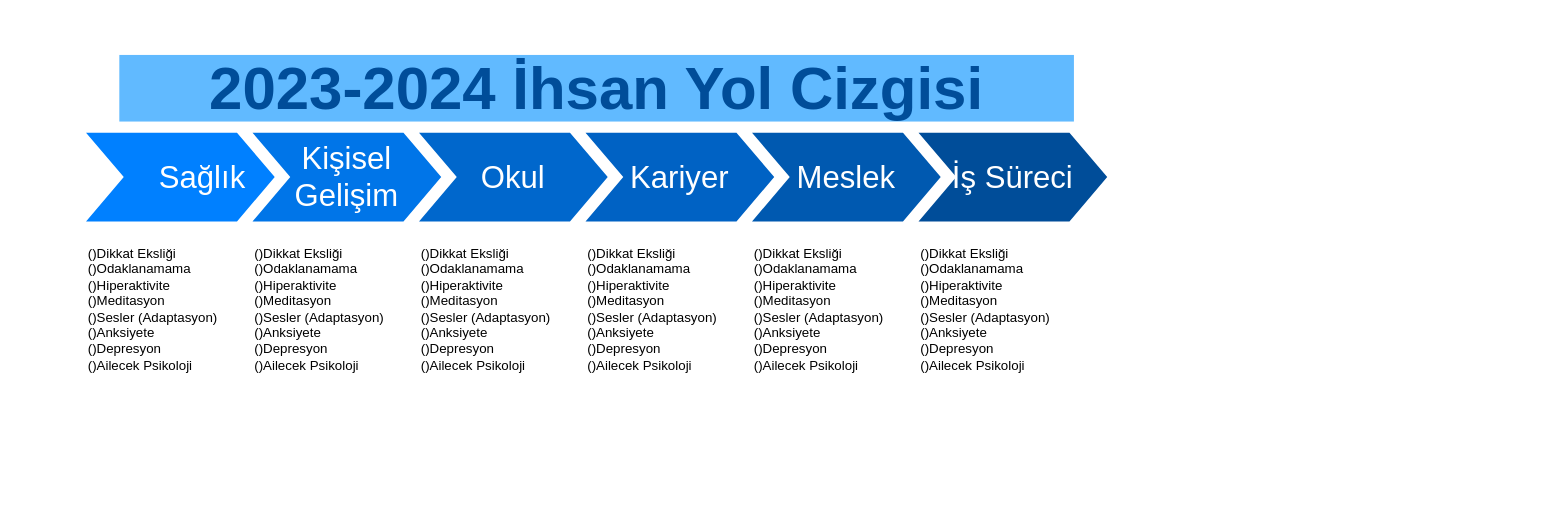
This is Untitled Diagram.drawio from aliihsanunesi/aliihsanunesi, a draw.io file, before an edit. Source tidied: cells renumbered, new cells numbered last; positions are measured from the earlier drawing's top-left corner, leaving out a move shared by most shapes. Both pictures are drawn from the tidied source at 111%, with x=0, y=0 at pixel (85, 54).
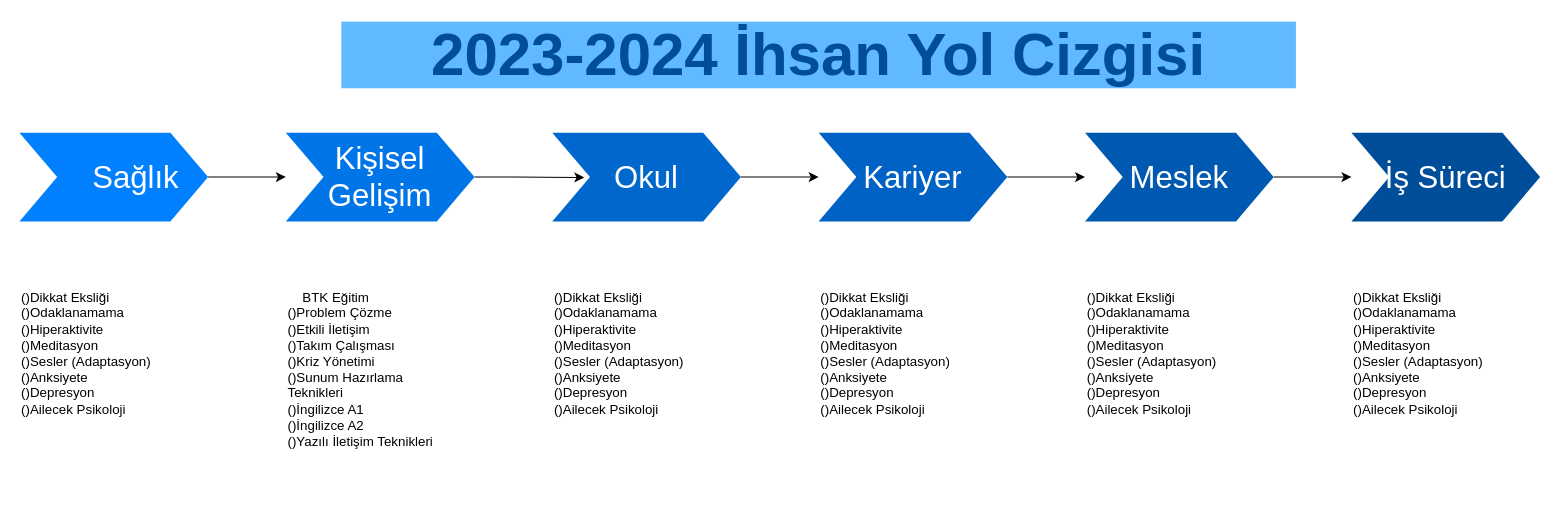
After the change.

The edit, as a diff of the source:
```diff
@@
 <mxGraphModel>
   <root>
     <mxCell id="0" />
     <mxCell id="1" parent="0" />
+    <mxCell id="15" style="edgeStyle=orthogonalEdgeStyle;rounded=0;jettySize=auto;html=1;exitX=1;exitY=0.5;exitDx=0;exitDy=0;" parent="1" edge="1" source="2" target="3">
+      <mxGeometry relative="1" as="geometry" />
+    </mxCell>
     <mxCell id="2" value="&lt;blockquote style=&quot;margin: 0 0 0 40px; border: none; padding: 0px;&quot;&gt;Sağlık&lt;/blockquote&gt;" style="shape=step;whiteSpace=wrap;html=1;fontSize=28;fillColor=#0080FF;fontColor=#FFFFFF;strokeColor=none;" parent="1" vertex="1">
-      <mxGeometry y="70" width="170" height="80" as="geometry" />
+      <mxGeometry x="-60" y="70" width="170" height="80" as="geometry" />
     </mxCell>
     <mxCell id="3" value="Kişisel Gelişim" style="shape=step;whiteSpace=wrap;html=1;fontSize=28;fillColor=#0075E8;fontColor=#FFFFFF;strokeColor=none;" parent="1" vertex="1">
-      <mxGeometry x="150" y="70" width="170" height="80" as="geometry" />
+      <mxGeometry x="180" y="70" width="170" height="80" as="geometry" />
     </mxCell>
+    <mxCell id="16" style="edgeStyle=orthogonalEdgeStyle;rounded=0;jettySize=auto;html=1;exitX=1;exitY=0.5;exitDx=0;exitDy=0;" parent="1" edge="1" source="4" target="5">
+      <mxGeometry relative="1" as="geometry" />
+    </mxCell>
     <mxCell id="4" value="Okul" style="shape=step;whiteSpace=wrap;html=1;fontSize=28;fillColor=#0067CC;fontColor=#FFFFFF;strokeColor=none;" parent="1" vertex="1">
-      <mxGeometry x="300" y="70" width="170" height="80" as="geometry" />
+      <mxGeometry x="420" y="70" width="170" height="80" as="geometry" />
     </mxCell>
+    <mxCell id="17" style="edgeStyle=orthogonalEdgeStyle;rounded=0;jettySize=auto;html=1;exitX=1;exitY=0.5;exitDx=0;exitDy=0;entryX=0;entryY=0.5;entryDx=0;entryDy=0;" parent="1" edge="1" source="5" target="6">
+      <mxGeometry relative="1" as="geometry" />
+    </mxCell>
     <mxCell id="5" value="Kariyer" style="shape=step;whiteSpace=wrap;html=1;fontSize=28;fillColor=#0062C4;fontColor=#FFFFFF;strokeColor=none;" parent="1" vertex="1">
-      <mxGeometry x="450" y="70" width="170" height="80" as="geometry" />
+      <mxGeometry x="660" y="70" width="170" height="80" as="geometry" />
     </mxCell>
+    <mxCell id="18" style="edgeStyle=orthogonalEdgeStyle;rounded=0;jettySize=auto;html=1;exitX=1;exitY=0.5;exitDx=0;exitDy=0;entryX=0;entryY=0.5;entryDx=0;entryDy=0;" parent="1" edge="1" source="6" target="7">
+      <mxGeometry relative="1" as="geometry" />
+    </mxCell>
     <mxCell id="6" value="Meslek" style="shape=step;whiteSpace=wrap;html=1;fontSize=28;fillColor=#0059B0;fontColor=#FFFFFF;strokeColor=none;" parent="1" vertex="1">
-      <mxGeometry x="600" y="70" width="170" height="80" as="geometry" />
+      <mxGeometry x="900" y="70" width="170" height="80" as="geometry" />
     </mxCell>
     <mxCell id="7" value="İş Süreci" style="shape=step;whiteSpace=wrap;html=1;fontSize=28;fillColor=#004D99;fontColor=#FFFFFF;strokeColor=none;" parent="1" vertex="1">
-      <mxGeometry x="750" y="70" width="170" height="80" as="geometry" />
+      <mxGeometry x="1140" y="70" width="170" height="80" as="geometry" />
     </mxCell>
     <mxCell id="8" value="2023-2024 İhsan Yol Cizgisi" style="text;html=1;strokeColor=none;fillColor=#61BAFF;align=center;verticalAlign=middle;whiteSpace=wrap;fontSize=54;fontStyle=1;fontColor=#004D99;" parent="1" vertex="1">
-      <mxGeometry x="30" width="860" height="60" as="geometry" />
+      <mxGeometry x="230" y="-30" width="860" height="60" as="geometry" />
     </mxCell>
     <mxCell id="9" value="()Dikkat Eksliği&lt;br&gt;()Odaklanamama&lt;br&gt;()Hiperaktivite&lt;br&gt;()Meditasyon&lt;br&gt;()Sesler (Adaptasyon)&lt;br&gt;()Anksiyete&lt;br style=&quot;border-color: var(--border-color);&quot;&gt;()Depresyon&lt;br style=&quot;border-color: var(--border-color);&quot;&gt;()Ailecek Psikoloji" style="text;spacingTop=-5;fillColor=#ffffff;whiteSpace=wrap;html=1;align=left;fontSize=12;fontFamily=Helvetica;fillColor=none;strokeColor=none;" parent="1" vertex="1">
-      <mxGeometry y="170" width="140" height="130" as="geometry" />
+      <mxGeometry x="-60" y="210" width="160" height="200" as="geometry" />
     </mxCell>
-    <mxCell id="10" value="()Dikkat Eksliği&lt;br&gt;()Odaklanamama&lt;br&gt;()Hiperaktivite&lt;br&gt;()Meditasyon&lt;br&gt;()Sesler (Adaptasyon)&lt;br&gt;()Anksiyete&lt;br style=&quot;border-color: var(--border-color);&quot;&gt;()Depresyon&lt;br style=&quot;border-color: var(--border-color);&quot;&gt;()Ailecek Psikoloji" style="text;spacingTop=-5;fillColor=#ffffff;whiteSpace=wrap;html=1;align=left;fontSize=12;fontFamily=Helvetica;fillColor=none;strokeColor=none;" parent="1" vertex="1">
-      <mxGeometry x="150" y="170" width="140" height="130" as="geometry" />
+    <mxCell id="10" value="&amp;nbsp; &amp;nbsp; BTK Eğitim&lt;br&gt;()Problem Çözme&amp;nbsp;&lt;br&gt;()Etkili İletişim&lt;br&gt;()Takım Çalışması&lt;br&gt;()Kriz Yönetimi&lt;br&gt;()Sunum Hazırlama Teknikleri&lt;br&gt;()İngilizce A1&lt;br&gt;()İngilizce A2&lt;br style=&quot;border-color: var(--border-color);&quot;&gt;()Yazılı İletişim Teknikleri" style="text;spacingTop=-5;fillColor=#ffffff;whiteSpace=wrap;html=1;align=left;fontSize=12;fontFamily=Helvetica;fillColor=none;strokeColor=none;" parent="1" vertex="1">
+      <mxGeometry x="180" y="210" width="140" height="130" as="geometry" />
     </mxCell>
     <mxCell id="11" value="()Dikkat Eksliği&lt;br&gt;()Odaklanamama&lt;br&gt;()Hiperaktivite&lt;br&gt;()Meditasyon&lt;br&gt;()Sesler (Adaptasyon)&lt;br&gt;()Anksiyete&lt;br style=&quot;border-color: var(--border-color);&quot;&gt;()Depresyon&lt;br style=&quot;border-color: var(--border-color);&quot;&gt;()Ailecek Psikoloji" style="text;spacingTop=-5;fillColor=#ffffff;whiteSpace=wrap;html=1;align=left;fontSize=12;fontFamily=Helvetica;fillColor=none;strokeColor=none;" parent="1" vertex="1">
-      <mxGeometry x="300" y="170" width="140" height="130" as="geometry" />
+      <mxGeometry x="420" y="210" width="140" height="130" as="geometry" />
     </mxCell>
     <mxCell id="12" value="()Dikkat Eksliği&lt;br&gt;()Odaklanamama&lt;br&gt;()Hiperaktivite&lt;br&gt;()Meditasyon&lt;br&gt;()Sesler (Adaptasyon)&lt;br&gt;()Anksiyete&lt;br style=&quot;border-color: var(--border-color);&quot;&gt;()Depresyon&lt;br style=&quot;border-color: var(--border-color);&quot;&gt;()Ailecek Psikoloji" style="text;spacingTop=-5;fillColor=#ffffff;whiteSpace=wrap;html=1;align=left;fontSize=12;fontFamily=Helvetica;fillColor=none;strokeColor=none;" parent="1" vertex="1">
-      <mxGeometry x="750" y="170" width="140" height="130" as="geometry" />
+      <mxGeometry x="1140" y="210" width="140" height="130" as="geometry" />
     </mxCell>
     <mxCell id="13" value="()Dikkat Eksliği&lt;br&gt;()Odaklanamama&lt;br&gt;()Hiperaktivite&lt;br&gt;()Meditasyon&lt;br&gt;()Sesler (Adaptasyon)&lt;br&gt;()Anksiyete&lt;br style=&quot;border-color: var(--border-color);&quot;&gt;()Depresyon&lt;br style=&quot;border-color: var(--border-color);&quot;&gt;()Ailecek Psikoloji" style="text;spacingTop=-5;fillColor=#ffffff;whiteSpace=wrap;html=1;align=left;fontSize=12;fontFamily=Helvetica;fillColor=none;strokeColor=none;" parent="1" vertex="1">
-      <mxGeometry x="600" y="170" width="140" height="130" as="geometry" />
+      <mxGeometry x="900" y="210" width="140" height="130" as="geometry" />
     </mxCell>
     <mxCell id="14" value="()Dikkat Eksliği&lt;br&gt;()Odaklanamama&lt;br&gt;()Hiperaktivite&lt;br&gt;()Meditasyon&lt;br&gt;()Sesler (Adaptasyon)&lt;br&gt;()Anksiyete&lt;br style=&quot;border-color: var(--border-color);&quot;&gt;()Depresyon&lt;br style=&quot;border-color: var(--border-color);&quot;&gt;()Ailecek Psikoloji" style="text;spacingTop=-5;fillColor=#ffffff;whiteSpace=wrap;html=1;align=left;fontSize=12;fontFamily=Helvetica;fillColor=none;strokeColor=none;" parent="1" vertex="1">
-      <mxGeometry x="450" y="170" width="140" height="130" as="geometry" />
+      <mxGeometry x="660" y="210" width="140" height="130" as="geometry" />
     </mxCell>
+    <mxCell id="19" style="edgeStyle=orthogonalEdgeStyle;rounded=0;jettySize=auto;html=1;exitX=1;exitY=0.5;exitDx=0;exitDy=0;entryX=0.17;entryY=0.505;entryDx=0;entryDy=0;entryPerimeter=0;" parent="1" edge="1" source="3" target="4">
+      <mxGeometry relative="1" as="geometry" />
+    </mxCell>
   </root>
 </mxGraphModel>
```
